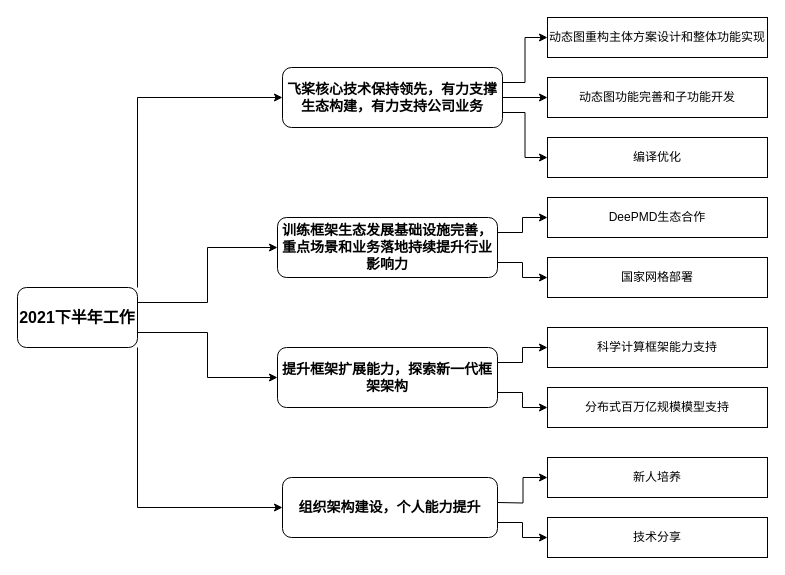
The draw.io diagram 2021_work_flow.drawio in JiabinYang/Doc, before the edit. Source tidied: cells renumbered, new cells numbered last; positions are measured from the earlier drawing's top-left corner, leaving out a move shared by most shapes. Both pictures are drawn from the tidied source at 100%, with x=0, y=0 at pixel (17, 17).
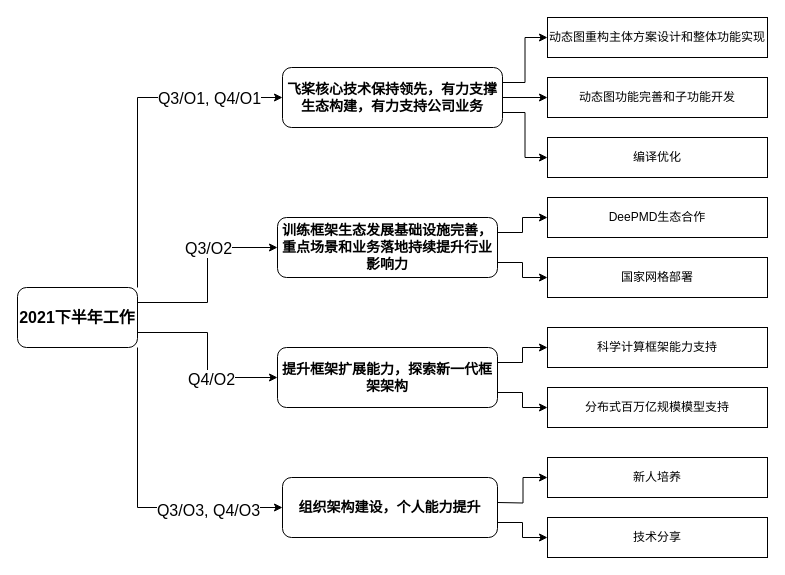
The same diagram, later.

The change refers to these unchanged cells:
```xml
<mxCell id="2" style="edgeStyle=orthogonalEdgeStyle;rounded=0;jettySize=auto;html=1;exitX=1;exitY=0;exitDx=0;exitDy=0;entryX=0;entryY=0.5;entryDx=0;entryDy=0;fontColor=#000000;" parent="1" edge="1" source="6" target="10">
  <mxGeometry relative="1" as="geometry" />
</mxCell>
<mxCell id="3" style="edgeStyle=orthogonalEdgeStyle;rounded=0;jettySize=auto;html=1;exitX=1;exitY=0.25;exitDx=0;exitDy=0;entryX=0;entryY=0.5;entryDx=0;entryDy=0;fontColor=#000000;" parent="1" edge="1" source="6" target="13">
  <mxGeometry relative="1" as="geometry" />
</mxCell>
<mxCell id="4" style="edgeStyle=orthogonalEdgeStyle;rounded=0;jettySize=auto;html=1;exitX=1;exitY=0.75;exitDx=0;exitDy=0;entryX=0;entryY=0.5;entryDx=0;entryDy=0;fontColor=#000000;" parent="1" edge="1" source="6" target="16">
  <mxGeometry relative="1" as="geometry" />
</mxCell>
<mxCell id="5" style="edgeStyle=orthogonalEdgeStyle;rounded=0;jettySize=auto;html=1;exitX=1;exitY=1;exitDx=0;exitDy=0;entryX=0;entryY=0.5;entryDx=0;entryDy=0;fontColor=#000000;" parent="1" edge="1" source="6" target="19">
  <mxGeometry relative="1" as="geometry" />
</mxCell>
```

The edit, as a diff of the source:
```diff
@@
+    <mxCell id="29" value="Q3/O1, Q4/O1" style="edgeLabel;html=1;align=center;verticalAlign=middle;fontSize=16;fontColor=#000000;" parent="2" vertex="1">
+      <mxGeometry x="0.64" y="1" relative="1" as="geometry">
+        <mxPoint x="-14" y="1" as="offset" />
+      </mxGeometry>
+    </mxCell>
@@
+    <mxCell id="30" value="Q3/O2" style="edgeLabel;html=1;align=center;verticalAlign=middle;fontSize=16;fontColor=#000000;" parent="3" vertex="1">
+      <mxGeometry x="0.46" y="2" relative="1" as="geometry">
+        <mxPoint x="-17" y="2" as="offset" />
+      </mxGeometry>
+    </mxCell>
@@
+    <mxCell id="31" value="Q4/O2" style="edgeLabel;html=1;align=center;verticalAlign=middle;fontSize=16;fontColor=#000000;" parent="4" vertex="1">
+      <mxGeometry x="0.28" y="-1" relative="1" as="geometry" />
+    </mxCell>
@@
+    <mxCell id="32" value="Q3/O3, Q4/O3" style="edgeLabel;html=1;align=center;verticalAlign=middle;fontSize=16;fontColor=#000000;" parent="5" vertex="1">
+      <mxGeometry x="0.51" y="-2" relative="1" as="geometry" />
+    </mxCell>
```
